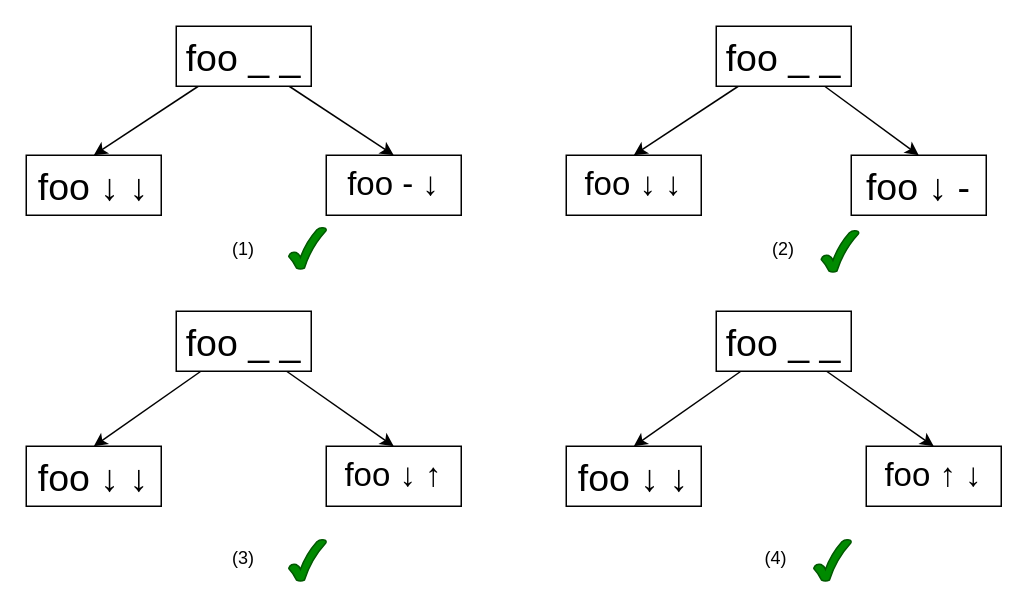
Earlier version of the draw.io diagram slide/1234-answer.drawio (lengyijun/MergeSort). Source tidied: cells renumbered, new cells numbered last; positions are measured from the earlier drawing's top-left corner, leaving out a move shared by most shapes. Both pictures are drawn from the tidied source at 150%, with x=0, y=0 at pixel (26, 26).
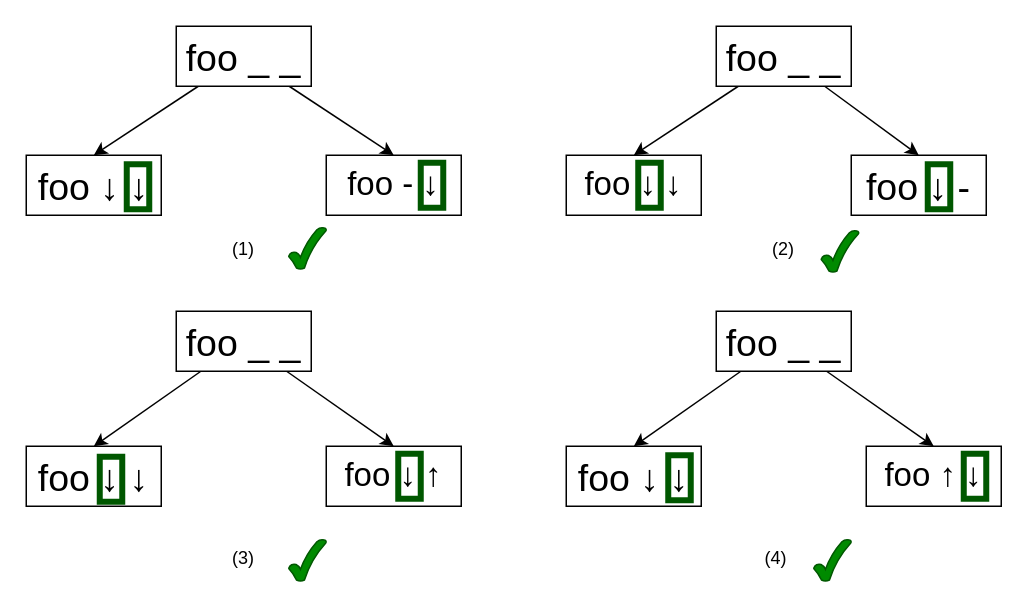
After the change.

The edit, as a diff of the source:
```diff
@@
+    <mxCell id="30" style="rounded=0;whiteSpace=wrap;html=1;strokeWidth=4;strokeColor=#005700;fillColor=none;fontColor=#ffffff;" parent="1" vertex="1">
+      <mxGeometry x="408" y="91" width="15" height="30" as="geometry" />
+    </mxCell>
+    <mxCell id="31" style="rounded=0;whiteSpace=wrap;html=1;strokeWidth=4;strokeColor=#005700;fillColor=none;fontColor=#ffffff;" parent="1" vertex="1">
+      <mxGeometry x="601" y="92" width="15" height="30" as="geometry" />
+    </mxCell>
+    <mxCell id="32" style="rounded=0;whiteSpace=wrap;html=1;strokeWidth=4;strokeColor=#005700;fillColor=none;fontColor=#ffffff;" parent="1" vertex="1">
+      <mxGeometry x="263" y="91" width="15" height="30" as="geometry" />
+    </mxCell>
+    <mxCell id="33" style="rounded=0;whiteSpace=wrap;html=1;strokeWidth=4;strokeColor=#005700;fillColor=none;fontColor=#ffffff;" parent="1" vertex="1">
+      <mxGeometry x="67" y="92" width="15" height="30" as="geometry" />
+    </mxCell>
+    <mxCell id="34" style="rounded=0;whiteSpace=wrap;html=1;strokeWidth=4;strokeColor=#005700;fillColor=none;fontColor=#ffffff;" parent="1" vertex="1">
+      <mxGeometry x="248" y="285" width="15" height="30" as="geometry" />
+    </mxCell>
+    <mxCell id="35" style="rounded=0;whiteSpace=wrap;html=1;strokeWidth=4;strokeColor=#005700;fillColor=none;fontColor=#ffffff;" parent="1" vertex="1">
+      <mxGeometry x="49" y="287" width="15" height="30" as="geometry" />
+    </mxCell>
+    <mxCell id="36" style="rounded=0;whiteSpace=wrap;html=1;strokeWidth=4;strokeColor=#005700;fillColor=none;fontColor=#ffffff;" parent="1" vertex="1">
+      <mxGeometry x="625" y="285" width="15" height="30" as="geometry" />
+    </mxCell>
+    <mxCell id="37" style="rounded=0;whiteSpace=wrap;html=1;strokeWidth=4;strokeColor=#005700;fillColor=none;fontColor=#ffffff;" parent="1" vertex="1">
+      <mxGeometry x="428" y="286" width="15" height="30" as="geometry" />
+    </mxCell>
```
